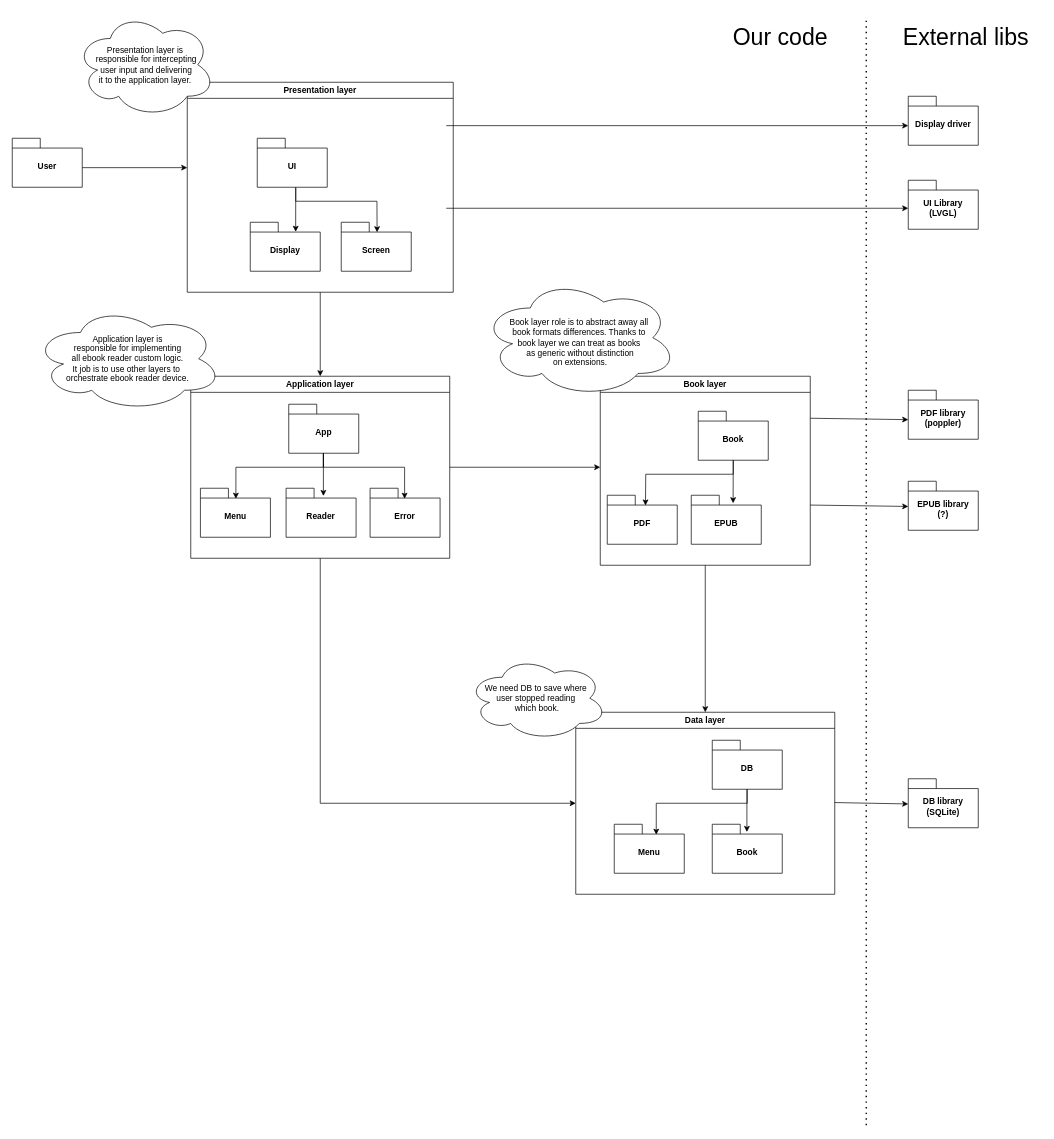
This is page "Application architecture" (1 of 4) of docs/ebook_reader_fsm.drawio from KubaTaba1uga/stm32mp135f_ebook_reader, a draw.io file, before an edit. Source tidied: cells renumbered, new cells numbered last; positions are measured from the earlier drawing's top-left corner, leaving out a move shared by most shapes. Both pictures are drawn from the tidied source at 70%, with x=0, y=0 at pixel (12, 12).
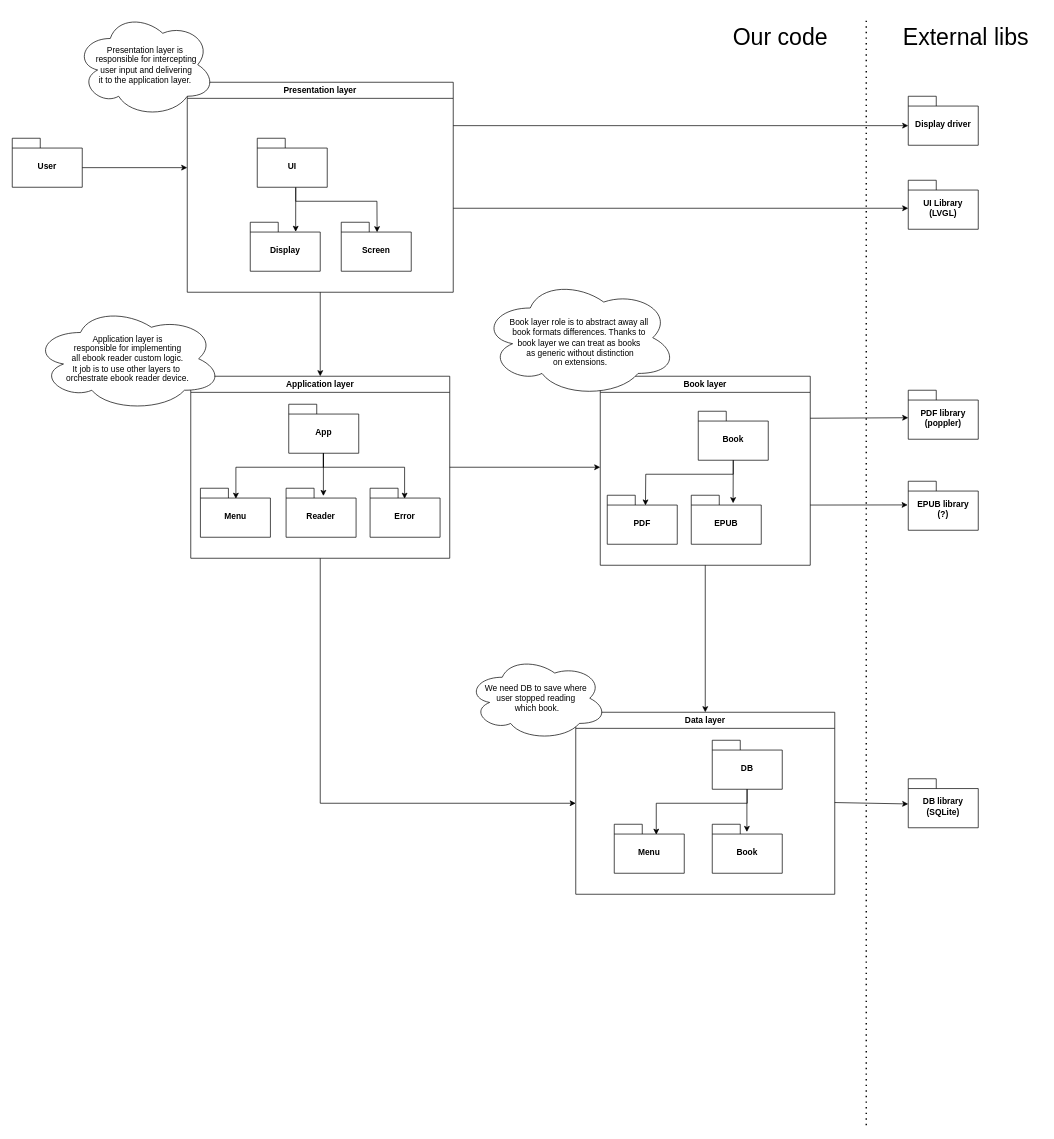
The same diagram, later.

The change refers to these unchanged cells:
```xml
<mxCell id="37" value="Display driver" style="shape=folder;fontStyle=1;spacingTop=10;tabWidth=40;tabHeight=14;tabPosition=left;html=1;whiteSpace=wrap;" parent="1" vertex="1">
  <mxGeometry x="1280" y="120" width="100" height="70" as="geometry" />
</mxCell>
<mxCell id="41" value="PDF library&lt;div&gt;(poppler)&lt;/div&gt;" style="shape=folder;fontStyle=1;spacingTop=10;tabWidth=40;tabHeight=14;tabPosition=left;html=1;whiteSpace=wrap;" parent="1" vertex="1">
  <mxGeometry x="1280" y="540" width="100" height="70" as="geometry" />
</mxCell>
<mxCell id="42" value="EPUB library&lt;div&gt;(?)&lt;/div&gt;" style="shape=folder;fontStyle=1;spacingTop=10;tabWidth=40;tabHeight=14;tabPosition=left;html=1;whiteSpace=wrap;" parent="1" vertex="1">
  <mxGeometry x="1280" y="670" width="100" height="70" as="geometry" />
</mxCell>
```

What changed in the source:
```diff
@@
     <mxCell id="43" style="endArrow=classic;html=1;rounded=0;entryX=0;entryY=0;entryDx=0;entryDy=42;entryPerimeter=0;" parent="1" edge="1" target="37">
       <mxGeometry relative="1" as="geometry">
-        <mxPoint x="620" y="162" as="sourcePoint" />
+        <mxPoint x="630" y="162" as="sourcePoint" />
       </mxGeometry>
     </mxCell>
     <mxCell id="44" style="endArrow=classic;html=1;rounded=0;entryX=0;entryY=0;entryDx=0;entryDy=42;entryPerimeter=0;" parent="1" edge="1">
       <mxGeometry relative="1" as="geometry">
-        <mxPoint x="620" y="280" as="sourcePoint" />
+        <mxPoint x="630" y="280" as="sourcePoint" />
         <mxPoint x="1280" y="280" as="targetPoint" />
       </mxGeometry>
     </mxCell>
-    <mxCell id="45" style="endArrow=classic;html=1;rounded=0;entryX=0;entryY=0;entryDx=0;entryDy=42;entryPerimeter=0;" parent="1" edge="1" target="41">
+    <mxCell id="45" style="endArrow=classic;html=1;rounded=0;entryX=0;entryY=0.561;entryDx=0;entryDy=0;entryPerimeter=0;" parent="1" edge="1" target="41">
       <mxGeometry relative="1" as="geometry">
         <mxPoint x="1140" y="580" as="sourcePoint" />
       </mxGeometry>
     </mxCell>
-    <mxCell id="46" style="endArrow=classic;html=1;rounded=0;entryX=0;entryY=0;entryDx=0;entryDy=42;entryPerimeter=0;" parent="1" edge="1">
+    <mxCell id="46" style="endArrow=classic;html=1;rounded=0;entryX=-0.008;entryY=0.483;entryDx=0;entryDy=0;entryPerimeter=0;" parent="1" edge="1" target="42">
       <mxGeometry relative="1" as="geometry">
         <mxPoint x="1140" y="704" as="sourcePoint" />
-        <mxPoint x="1280" y="706" as="targetPoint" />
       </mxGeometry>
     </mxCell>
```
